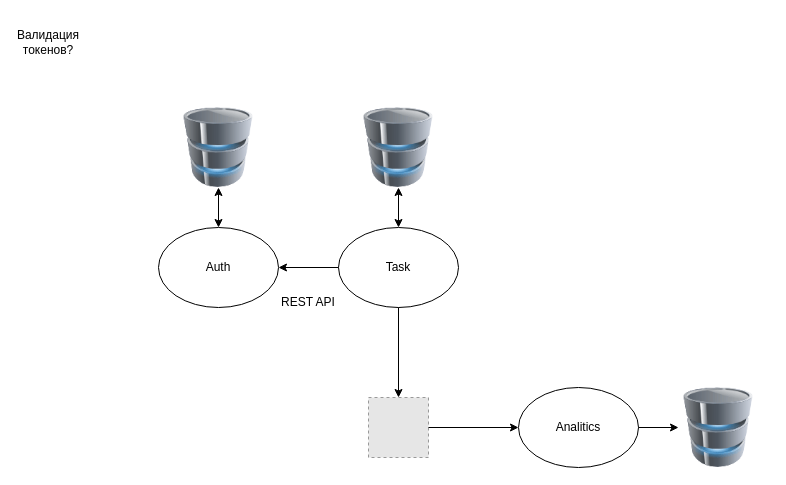
Earlier version of the draw.io diagram mts.drawio (mozgunovdm/mail-service). Source tidied: cells renumbered, new cells numbered last; positions are measured from the earlier drawing's top-left corner, leaving out a move shared by most shapes. Both pictures are drawn from the tidied source at 100%, with x=0, y=0 at pixel (18, 27). Pictures stored in the file or linked from it are replaced by grey dashed boxes.
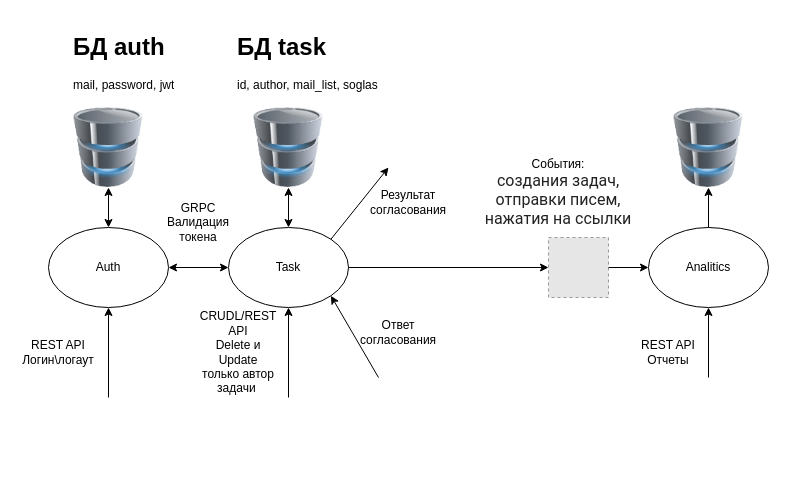
After the change.

Diff of the diagram source:
```diff
@@
     <mxCell id="2" value="Auth" style="ellipse;whiteSpace=wrap;html=1;" parent="1" vertex="1">
-      <mxGeometry x="140" y="200" width="120" height="80" as="geometry" />
+      <mxGeometry x="30" y="200" width="120" height="80" as="geometry" />
     </mxCell>
-    <mxCell id="3" value="REST API" style="text;html=1;strokeColor=none;fillColor=none;align=center;verticalAlign=middle;whiteSpace=wrap;rounded=0;" parent="1" vertex="1">
-      <mxGeometry x="260" y="260" width="60" height="30" as="geometry" />
+    <mxCell id="3" value="REST API&lt;br&gt;Логин\логаут" style="text;html=1;strokeColor=none;fillColor=none;align=center;verticalAlign=middle;whiteSpace=wrap;rounded=0;" parent="1" vertex="1">
+      <mxGeometry x="10" y="310" width="60" height="30" as="geometry" />
     </mxCell>
     <mxCell id="4" style="image;html=1;image=img/lib/clip_art/computers/Database_128x128.png;" parent="1" vertex="1">
-      <mxGeometry x="160" y="80" width="80" height="80" as="geometry" />
+      <mxGeometry x="50" y="80" width="80" height="80" as="geometry" />
     </mxCell>
@@
-    <mxCell id="6" value="Валидация токенов?" style="text;html=1;strokeColor=none;fillColor=none;align=center;verticalAlign=middle;whiteSpace=wrap;rounded=0;" parent="1" vertex="1">
-      <mxGeometry width="60" height="30" as="geometry" />
-    </mxCell>
     <mxCell id="7" value="Task" style="ellipse;whiteSpace=wrap;html=1;" parent="1" vertex="1">
-      <mxGeometry x="320" y="200" width="120" height="80" as="geometry" />
+      <mxGeometry x="210" y="200" width="120" height="80" as="geometry" />
     </mxCell>
     <mxCell id="8" style="fillColor=#E6E6E6;strokeColor=#999999;dashed=1;verticalLabelPosition=bottom;labelBackgroundColor=default;verticalAlign=top;" parent="1" vertex="1">
-      <mxGeometry x="350" y="370" width="60" height="60" as="geometry" />
+      <mxGeometry x="530" y="210" width="60" height="60" as="geometry" />
     </mxCell>
-    <mxCell id="9" style="endArrow=classic;html=1;rounded=0;entryX=1;entryY=0.5;entryDx=0;entryDy=0;exitX=0;exitY=0.5;exitDx=0;exitDy=0;" parent="1" edge="1" source="7" target="2">
-      <mxGeometry relative="1" as="geometry" />
-    </mxCell>
-    <mxCell id="10" style="endArrow=classic;html=1;rounded=0;entryX=0.5;entryY=0;entryDx=0;entryDy=0;" parent="1" edge="1" source="7" target="8">
+    <mxCell id="10" style="endArrow=classic;html=1;rounded=0;entryX=0;entryY=0.5;entryDx=0;entryDy=0;" parent="1" edge="1" source="7" target="8">
       <mxGeometry relative="1" as="geometry" />
     </mxCell>
     <mxCell id="11" style="image;html=1;image=img/lib/clip_art/computers/Database_128x128.png;" parent="1" vertex="1">
-      <mxGeometry x="340" y="80" width="80" height="80" as="geometry" />
+      <mxGeometry x="230" y="80" width="80" height="80" as="geometry" />
     </mxCell>
     <mxCell id="12" value="Analitics" style="ellipse;whiteSpace=wrap;html=1;" parent="1" vertex="1">
-      <mxGeometry x="500" y="360" width="120" height="80" as="geometry" />
+      <mxGeometry x="630" y="200" width="120" height="80" as="geometry" />
     </mxCell>
@@
     <mxCell id="14" style="image;html=1;image=img/lib/clip_art/computers/Database_128x128.png;" parent="1" vertex="1">
-      <mxGeometry x="660" y="360" width="80" height="80" as="geometry" />
+      <mxGeometry x="645" y="80" width="90" height="80" as="geometry" />
     </mxCell>
@@
-    <mxCell id="16" style="endArrow=classic;html=1;rounded=0;exitX=1;exitY=0.5;exitDx=0;exitDy=0;entryX=0;entryY=0.5;entryDx=0;entryDy=0;" parent="1" edge="1" source="12" target="14">
+    <mxCell id="16" style="endArrow=classic;html=1;rounded=0;exitX=0.5;exitY=0;exitDx=0;exitDy=0;entryX=0.5;entryY=1;entryDx=0;entryDy=0;" parent="1" edge="1" source="12" target="14">
       <mxGeometry relative="1" as="geometry" />
     </mxCell>
+    <mxCell id="17" style="endArrow=classic;startArrow=classic;html=1;rounded=0;entryX=0;entryY=0.5;entryDx=0;entryDy=0;exitX=1;exitY=0.5;exitDx=0;exitDy=0;" parent="1" edge="1" source="2" target="7">
+      <mxGeometry relative="1" as="geometry" />
+    </mxCell>
+    <mxCell id="18" style="endArrow=classic;html=1;rounded=0;entryX=0.5;entryY=1;entryDx=0;entryDy=0;" parent="1" edge="1" target="2">
+      <mxGeometry relative="1" as="geometry">
+        <mxPoint x="90" y="370" as="sourcePoint" />
+      </mxGeometry>
+    </mxCell>
+    <mxCell id="19" style="endArrow=classic;html=1;rounded=0;entryX=0.5;entryY=1;entryDx=0;entryDy=0;" parent="1" edge="1" target="7">
+      <mxGeometry relative="1" as="geometry">
+        <mxPoint x="270" y="370" as="sourcePoint" />
+      </mxGeometry>
+    </mxCell>
+    <mxCell id="20" value="CRUDL/REST API&lt;br&gt;Delete и Update только автор задачи&amp;nbsp;" style="text;html=1;strokeColor=none;fillColor=none;align=center;verticalAlign=middle;whiteSpace=wrap;rounded=0;" parent="1" vertex="1">
+      <mxGeometry x="190" y="310" width="60" height="30" as="geometry" />
+    </mxCell>
+    <mxCell id="21" value="GRPC&lt;br&gt;Валидация токена" style="text;html=1;strokeColor=none;fillColor=none;align=center;verticalAlign=middle;whiteSpace=wrap;rounded=0;" parent="1" vertex="1">
+      <mxGeometry x="150" y="180" width="60" height="30" as="geometry" />
+    </mxCell>
+    <mxCell id="22" value="&lt;h1&gt;БД auth&lt;/h1&gt;&lt;p&gt;mail, password, jwt&lt;/p&gt;" style="text;html=1;strokeColor=none;fillColor=none;spacing=5;spacingTop=-20;whiteSpace=wrap;overflow=hidden;rounded=0;" parent="1" vertex="1">
+      <mxGeometry x="50" width="110" height="70" as="geometry" />
+    </mxCell>
+    <mxCell id="23" value="&lt;h1&gt;БД task&lt;/h1&gt;&lt;p&gt;id, author, mail_list, soglas&lt;/p&gt;" style="text;html=1;strokeColor=none;fillColor=none;spacing=5;spacingTop=-20;whiteSpace=wrap;overflow=hidden;rounded=0;" parent="1" vertex="1">
+      <mxGeometry x="214" width="180" height="70" as="geometry" />
+    </mxCell>
+    <mxCell id="24" style="endArrow=classic;html=1;rounded=0;entryX=1;entryY=1;entryDx=0;entryDy=0;" parent="1" edge="1" target="7">
+      <mxGeometry relative="1" as="geometry">
+        <mxPoint x="360" y="350" as="sourcePoint" />
+      </mxGeometry>
+    </mxCell>
+    <mxCell id="25" value="Ответ согласования" style="text;html=1;strokeColor=none;fillColor=none;align=center;verticalAlign=middle;whiteSpace=wrap;rounded=0;" parent="1" vertex="1">
+      <mxGeometry x="350" y="290" width="60" height="30" as="geometry" />
+    </mxCell>
+    <mxCell id="26" style="endArrow=classic;html=1;rounded=0;exitX=1;exitY=0;exitDx=0;exitDy=0;" parent="1" edge="1" source="7">
+      <mxGeometry relative="1" as="geometry">
+        <mxPoint x="370" y="140" as="targetPoint" />
+      </mxGeometry>
+    </mxCell>
+    <mxCell id="27" value="Результат согласования" style="text;html=1;strokeColor=none;fillColor=none;align=center;verticalAlign=middle;whiteSpace=wrap;rounded=0;" parent="1" vertex="1">
+      <mxGeometry x="360" y="160" width="60" height="30" as="geometry" />
+    </mxCell>
+    <mxCell id="28" value="События:&lt;br&gt;&lt;span style=&quot;color: rgb(34, 34, 34); font-family: Roboto, sans-serif; font-size: 16px; text-align: left; background-color: rgb(255, 255, 255);&quot;&gt;создания задач, отправки писем, нажатия на ссылки&lt;/span&gt;" style="text;html=1;strokeColor=none;fillColor=none;align=center;verticalAlign=middle;whiteSpace=wrap;rounded=0;" parent="1" vertex="1">
+      <mxGeometry x="450" y="150" width="180" height="30" as="geometry" />
+    </mxCell>
+    <mxCell id="29" style="endArrow=classic;html=1;rounded=0;entryX=0.5;entryY=1;entryDx=0;entryDy=0;" parent="1" edge="1" target="12">
+      <mxGeometry relative="1" as="geometry">
+        <mxPoint x="690" y="350" as="sourcePoint" />
+      </mxGeometry>
+    </mxCell>
+    <mxCell id="30" value="REST API&lt;br&gt;Отчеты" style="text;html=1;strokeColor=none;fillColor=none;align=center;verticalAlign=middle;whiteSpace=wrap;rounded=0;" parent="1" vertex="1">
+      <mxGeometry x="620" y="310" width="60" height="30" as="geometry" />
+    </mxCell>
```
